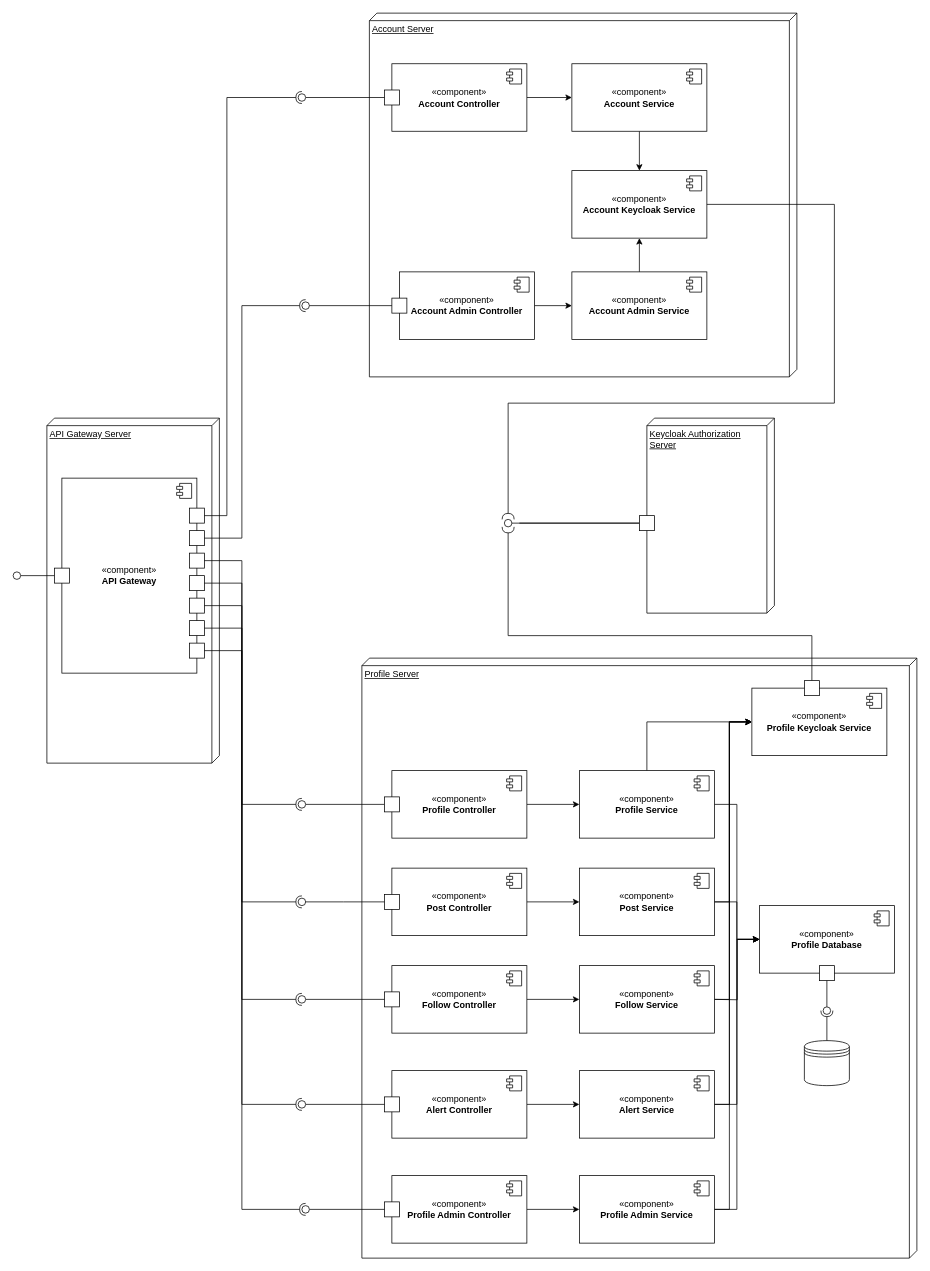
Above: docs/component.drawio in sergiostefanizzi/socialMicroservicesDocs (draw.io), before the change. Source tidied: cells renumbered, new cells numbered last; positions are measured from the earlier drawing's top-left corner, leaving out a move shared by most shapes. Both pictures are drawn from the tidied source at 75%, with x=0, y=0 at pixel (13, 13).
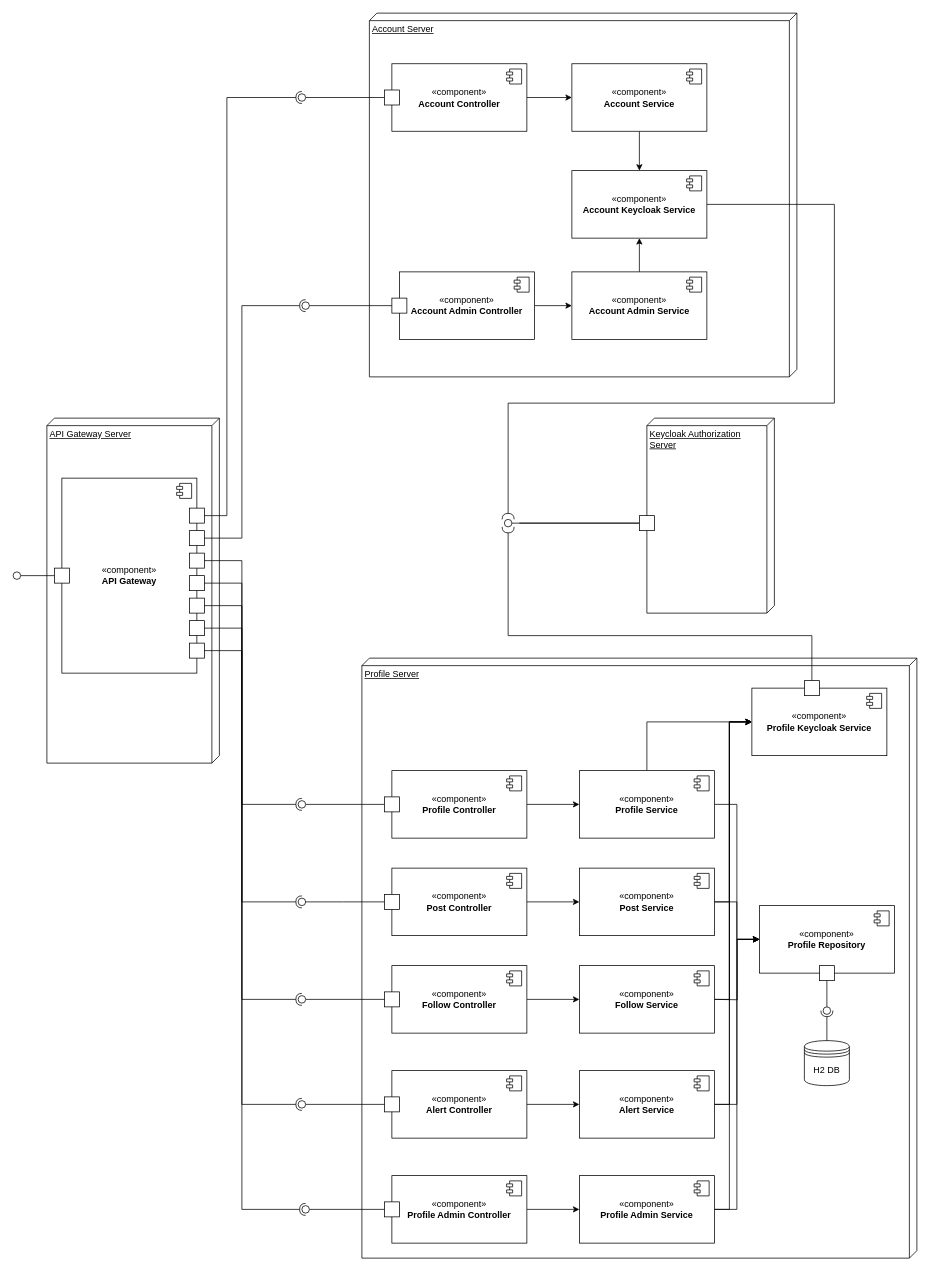
The same page after the edit.

Diff of the diagram source:
```diff
@@
-    <mxCell id="63" value="«component»&lt;br&gt;&lt;b&gt;Profile Database&lt;/b&gt;" style="html=1;whiteSpace=wrap;" parent="1" vertex="1">
+    <mxCell id="63" value="«component»&lt;br&gt;&lt;b&gt;Profile Repository&lt;/b&gt;" style="html=1;whiteSpace=wrap;" parent="1" vertex="1">
       <mxGeometry x="995" y="1190" width="180" height="90" as="geometry" />
     </mxCell>
@@
-    <mxCell id="108" style="shape=datastore;whiteSpace=wrap;html=1;" parent="1" vertex="1">
+    <mxCell id="108" value="H2 DB" style="shape=datastore;whiteSpace=wrap;html=1;" parent="1" vertex="1">
       <mxGeometry x="1055" y="1370" width="60" height="60" as="geometry" />
     </mxCell>
```
